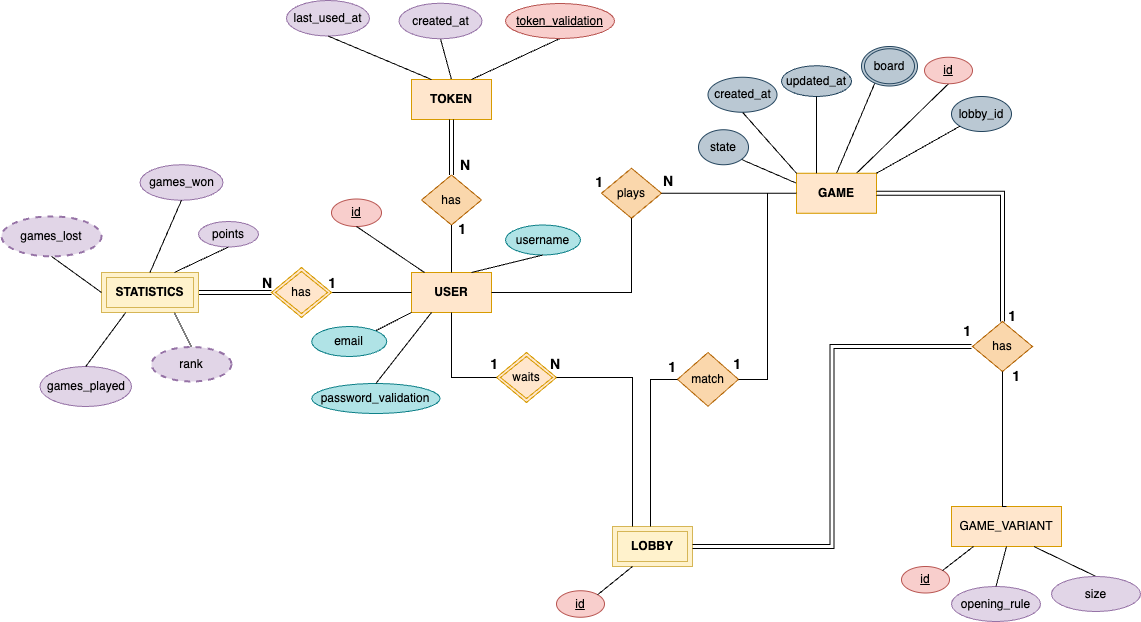
Earlier version of the draw.io export docs/diagrams/gomoku-er-diagram.png (astral-projects/gomoku-web). Source tidied: cells renumbered, new cells last; positions are measured from the earlier drawing's top-left corner, leaving out a move shared by most shapes.
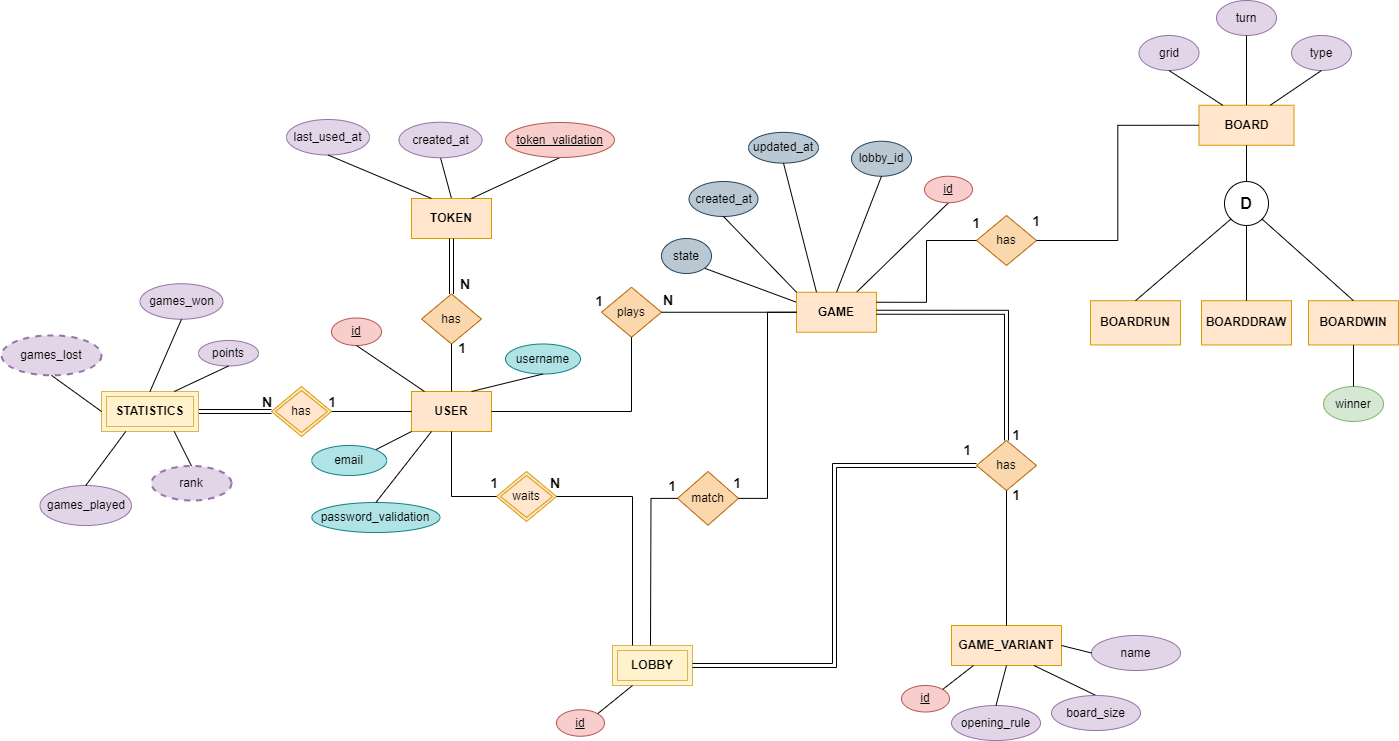
Later version of the same file.

Diff of the diagram source:
```diff
@@ -71,7 +71,7 @@
       <mxGeometry relative="1" as="geometry" />
     </mxCell>
     <mxCell id="24" value="state" style="ellipse;whiteSpace=wrap;html=1;align=center;fillColor=#bac8d3;strokeColor=#23445d;" parent="1" vertex="1">
-      <mxGeometry x="697" y="129.2" width="50" height="35" as="geometry" />
+      <mxGeometry x="660" y="119" width="50" height="35" as="geometry" />
     </mxCell>
     <mxCell id="25" value="games_lost" style="ellipse;whiteSpace=wrap;html=1;align=center;dashed=1;fillStyle=solid;strokeWidth=2;fillColor=#e1d5e7;strokeColor=#9673a6;" parent="1" vertex="1">
       <mxGeometry y="215.9" width="100" height="40" as="geometry" />
@@ -120,9 +120,6 @@
     <mxCell id="39" style="endArrow=none;html=1;rounded=0;exitX=0.25;exitY=1;exitDx=0;exitDy=0;entryX=0.5;entryY=0;entryDx=0;entryDy=0;" parent="1" edge="1" source="30" target="33">
       <mxGeometry relative="1" as="geometry" />
     </mxCell>
-    <mxCell id="40" style="endArrow=none;html=1;rounded=0;exitX=0.5;exitY=0;exitDx=0;exitDy=0;entryX=0.5;entryY=0;entryDx=0;entryDy=0;" parent="1" edge="1" source="48" target="58">
-      <mxGeometry relative="1" as="geometry" />
-    </mxCell>
     <mxCell id="41" style="edgeStyle=orthogonalEdgeStyle;rounded=0;orthogonalLoop=1;jettySize=auto;html=1;exitX=0.5;exitY=1;exitDx=0;exitDy=0;" parent="1" edge="1">
       <mxGeometry relative="1" as="geometry">
         <mxPoint x="940" y="96" as="sourcePoint" />
@@ -144,7 +141,7 @@
       </mxGeometry>
     </mxCell>
     <mxCell id="46" value="has" style="shape=rhombus;perimeter=rhombusPerimeter;whiteSpace=wrap;html=1;align=center;fillColor=#fad7ac;strokeColor=#b46504;" parent="1" vertex="1">
-      <mxGeometry x="971" y="321" width="60" height="50" as="geometry" />
+      <mxGeometry x="975" y="321" width="60" height="50" as="geometry" />
     </mxCell>
     <mxCell id="47" value="&lt;b&gt;LOBBY&lt;/b&gt;" style="shape=ext;margin=3;double=1;whiteSpace=wrap;html=1;align=center;fillColor=#fff2cc;strokeColor=#d6b656;" parent="1" vertex="1">
       <mxGeometry x="611" y="526" width="80" height="40" as="geometry" />
@@ -176,17 +173,11 @@
     <mxCell id="56" value="rank" style="ellipse;whiteSpace=wrap;html=1;align=center;dashed=1;fillStyle=solid;strokeWidth=2;fillColor=#e1d5e7;strokeColor=#9673a6;" parent="1" vertex="1">
       <mxGeometry x="150" y="346.5" width="80" height="34.5" as="geometry" />
     </mxCell>
-    <mxCell id="57" style="ellipse;whiteSpace=wrap;html=1;align=center;fillColor=#bac8d3;strokeColor=#23445d;" parent="1" vertex="1">
-      <mxGeometry x="860" y="46" width="56" height="39.5" as="geometry" />
-    </mxCell>
-    <mxCell id="58" value="board" style="ellipse;whiteSpace=wrap;html=1;align=center;fillColor=#bac8d3;strokeColor=#23445d;" parent="1" vertex="1">
-      <mxGeometry x="863" y="48.2" width="50" height="35" as="geometry" />
-    </mxCell>
     <mxCell id="59" value="created_at" style="ellipse;whiteSpace=wrap;html=1;align=center;fillColor=#bac8d3;strokeColor=#23445d;" parent="1" vertex="1">
-      <mxGeometry x="706.5" y="76.8" width="69" height="35" as="geometry" />
+      <mxGeometry x="687.5" y="62" width="69" height="35" as="geometry" />
     </mxCell>
     <mxCell id="60" value="updated_at" style="ellipse;whiteSpace=wrap;html=1;align=center;fillColor=#bac8d3;strokeColor=#23445d;" parent="1" vertex="1">
-      <mxGeometry x="780" y="65.2" width="70" height="30.8" as="geometry" />
+      <mxGeometry x="747" y="12.9" width="70" height="30.8" as="geometry" />
     </mxCell>
     <mxCell id="61" style="endArrow=none;html=1;rounded=0;exitX=0.25;exitY=0;exitDx=0;exitDy=0;entryX=0.5;entryY=1;entryDx=0;entryDy=0;" parent="1" edge="1" source="48" target="60">
       <mxGeometry relative="1" as="geometry" />
@@ -216,21 +207,17 @@
     <mxCell id="68" style="shape=link;html=1;rounded=0;exitX=0.5;exitY=0;exitDx=0;exitDy=0;entryX=1;entryY=0.5;entryDx=0;entryDy=0;edgeStyle=orthogonalEdgeStyle;" parent="1" edge="1" source="46" target="48">
       <mxGeometry relative="1" as="geometry" />
     </mxCell>
-    <mxCell id="69" value="GAME_VARIANT" style="whiteSpace=wrap;html=1;align=center;fillColor=#ffe6cc;strokeColor=#d79b00;" parent="1" vertex="1">
+    <mxCell id="69" value="&lt;b&gt;GAME_VARIANT&lt;/b&gt;" style="whiteSpace=wrap;html=1;align=center;fillColor=#ffe6cc;strokeColor=#d79b00;" parent="1" vertex="1">
       <mxGeometry x="950" y="506" width="110" height="40" as="geometry" />
     </mxCell>
     <mxCell id="70" style="endArrow=none;html=1;rounded=0;entryX=0.25;entryY=0;entryDx=0;entryDy=0;exitX=1;exitY=0.5;exitDx=0;exitDy=0;edgeStyle=orthogonalEdgeStyle;" parent="1" edge="1" source="43" target="47">
       <mxGeometry relative="1" as="geometry" />
     </mxCell>
-    <mxCell id="71" style="endArrow=none;html=1;rounded=0;entryX=0.5;entryY=1;entryDx=0;entryDy=0;exitX=0.5;exitY=0;exitDx=0;exitDy=0;edgeStyle=orthogonalEdgeStyle;" parent="1" edge="1" source="69" target="46">
-      <mxGeometry relative="1" as="geometry">
-        <Array as="points">
-          <mxPoint x="1001" y="506" />
-        </Array>
-      </mxGeometry>
+    <mxCell id="71" style="endArrow=none;html=1;rounded=0;entryX=0.5;entryY=1;entryDx=0;entryDy=0;exitX=0.5;exitY=0;exitDx=0;exitDy=0;" parent="1" edge="1" source="69" target="46">
+      <mxGeometry relative="1" as="geometry" />
     </mxCell>
     <mxCell id="72" value="&lt;span style=&quot;font-size: 14px;&quot;&gt;1&lt;/span&gt;" style="html=1;whiteSpace=wrap;align=right;verticalAlign=bottom;fontStyle=1;" parent="1" vertex="1">
-      <mxGeometry x="936" y="239.5" as="geometry">
+      <mxGeometry x="940" y="239.5" as="geometry">
         <mxPoint x="80" y="86" as="offset" />
       </mxGeometry>
     </mxCell>
@@ -246,16 +233,14 @@
     <mxCell id="76" style="endArrow=none;html=1;rounded=0;entryX=0.75;entryY=1;entryDx=0;entryDy=0;exitX=0.5;exitY=0;exitDx=0;exitDy=0;" parent="1" edge="1" source="77" target="69">
       <mxGeometry relative="1" as="geometry" />
     </mxCell>
-    <mxCell id="77" value="size" style="ellipse;whiteSpace=wrap;html=1;align=center;fillColor=#e1d5e7;strokeColor=#9673a6;" parent="1" vertex="1">
+    <mxCell id="77" value="board_size" style="ellipse;whiteSpace=wrap;html=1;align=center;fillColor=#e1d5e7;strokeColor=#9673a6;" parent="1" vertex="1">
       <mxGeometry x="1050" y="576" width="89" height="35" as="geometry" />
     </mxCell>
     <mxCell id="78" value="&lt;font style=&quot;font-size: 14px;&quot;&gt;1&lt;/font&gt;" style="html=1;whiteSpace=wrap;align=right;verticalAlign=bottom;fontStyle=1;" parent="1" vertex="1">
       <mxGeometry x="971" y="341" as="geometry" />
     </mxCell>
-    <mxCell id="79" style="shape=link;html=1;rounded=0;entryX=1;entryY=0.5;entryDx=0;entryDy=0;edgeStyle=orthogonalEdgeStyle;" parent="1" edge="1" target="47">
-      <mxGeometry relative="1" as="geometry">
-        <mxPoint x="970" y="346" as="sourcePoint" />
-      </mxGeometry>
+    <mxCell id="79" style="shape=link;html=1;rounded=0;entryX=1;entryY=0.5;entryDx=0;entryDy=0;edgeStyle=orthogonalEdgeStyle;exitX=0;exitY=0.5;exitDx=0;exitDy=0;" parent="1" edge="1" source="46" target="47">
+      <mxGeometry relative="1" as="geometry" />
     </mxCell>
     <mxCell id="80" value="id" style="ellipse;whiteSpace=wrap;html=1;align=center;fontStyle=4;fillColor=#f8cecc;strokeColor=#b85450;" parent="1" vertex="1">
       <mxGeometry x="900" y="566" width="48" height="26.5" as="geometry" />
@@ -270,10 +255,86 @@
       <mxGeometry relative="1" as="geometry" />
     </mxCell>
     <mxCell id="84" value="lobby_id" style="ellipse;whiteSpace=wrap;html=1;align=center;fillColor=#bac8d3;strokeColor=#23445d;" parent="1" vertex="1">
-      <mxGeometry x="950" y="96" width="60" height="35" as="geometry" />
+      <mxGeometry x="850" y="21.8" width="60" height="35" as="geometry" />
     </mxCell>
-    <mxCell id="85" style="endArrow=none;html=1;rounded=0;exitX=1;exitY=0;exitDx=0;exitDy=0;entryX=0;entryY=1;entryDx=0;entryDy=0;" parent="1" edge="1" source="48" target="84">
+    <mxCell id="85" style="endArrow=none;html=1;rounded=0;exitX=0.5;exitY=0;exitDx=0;exitDy=0;entryX=0.5;entryY=1;entryDx=0;entryDy=0;" parent="1" edge="1" source="48" target="84">
       <mxGeometry relative="1" as="geometry" />
     </mxCell>
+    <mxCell id="86" value="name" style="ellipse;whiteSpace=wrap;html=1;align=center;fillColor=#e1d5e7;strokeColor=#9673a6;" parent="1" vertex="1">
+      <mxGeometry x="1090" y="516" width="89" height="35" as="geometry" />
+    </mxCell>
+    <mxCell id="87" style="endArrow=none;html=1;rounded=0;entryX=1;entryY=0.5;entryDx=0;entryDy=0;exitX=0;exitY=0.5;exitDx=0;exitDy=0;" parent="1" edge="1" source="86" target="69">
+      <mxGeometry relative="1" as="geometry" />
+    </mxCell>
+    <mxCell id="88" value="&lt;b&gt;BOARD&lt;/b&gt;" style="whiteSpace=wrap;html=1;align=center;fillColor=#ffe6cc;strokeColor=#d79b00;" parent="1" vertex="1">
+      <mxGeometry x="1197.5" y="-14.2" width="95" height="40" as="geometry" />
+    </mxCell>
+    <mxCell id="89" value="has" style="shape=rhombus;perimeter=rhombusPerimeter;whiteSpace=wrap;html=1;align=center;fillColor=#fad7ac;strokeColor=#b46504;" parent="1" vertex="1">
+      <mxGeometry x="975" y="96" width="60" height="50" as="geometry" />
+    </mxCell>
+    <mxCell id="90" value="&lt;b&gt;BOARDDRAW&lt;/b&gt;" style="whiteSpace=wrap;html=1;align=center;fillColor=#ffe6cc;strokeColor=#d79b00;" parent="1" vertex="1">
+      <mxGeometry x="1200" y="181.2" width="90" height="44.2" as="geometry" />
+    </mxCell>
+    <mxCell id="91" value="&lt;b&gt;BOARDWIN&lt;/b&gt;" style="whiteSpace=wrap;html=1;align=center;fillColor=#ffe6cc;strokeColor=#d79b00;" parent="1" vertex="1">
+      <mxGeometry x="1307" y="181.2" width="90" height="44.2" as="geometry" />
+    </mxCell>
+    <mxCell id="92" value="&lt;b&gt;BOARDRUN&lt;/b&gt;" style="whiteSpace=wrap;html=1;align=center;fillColor=#ffe6cc;strokeColor=#d79b00;" parent="1" vertex="1">
+      <mxGeometry x="1089" y="181.2" width="90" height="44.2" as="geometry" />
+    </mxCell>
+    <mxCell id="93" value="&lt;b&gt;&lt;font style=&quot;font-size: 16px;&quot;&gt;D&lt;/font&gt;&lt;/b&gt;" style="ellipse;whiteSpace=wrap;html=1;" parent="1" vertex="1">
+      <mxGeometry x="1223" y="62" width="44" height="44" as="geometry" />
+    </mxCell>
+    <mxCell id="94" value="&lt;span style=&quot;font-size: 14px;&quot;&gt;1&lt;/span&gt;" style="html=1;whiteSpace=wrap;align=right;verticalAlign=bottom;fontStyle=1;" parent="1" vertex="1">
+      <mxGeometry x="960" y="25.7" as="geometry">
+        <mxPoint x="80" y="86" as="offset" />
+      </mxGeometry>
+    </mxCell>
+    <mxCell id="95" value="&lt;span style=&quot;font-size: 14px;&quot;&gt;1&lt;/span&gt;" style="html=1;whiteSpace=wrap;align=right;verticalAlign=bottom;fontStyle=1;" parent="1" vertex="1">
+      <mxGeometry x="900" y="28.3" as="geometry">
+        <mxPoint x="80" y="86" as="offset" />
+      </mxGeometry>
+    </mxCell>
+    <mxCell id="96" style="endArrow=none;html=1;rounded=0;entryX=1;entryY=0.5;entryDx=0;entryDy=0;exitX=0;exitY=0.5;exitDx=0;exitDy=0;edgeStyle=orthogonalEdgeStyle;" parent="1" edge="1" source="88" target="89">
+      <mxGeometry relative="1" as="geometry" />
+    </mxCell>
+    <mxCell id="97" style="endArrow=none;html=1;rounded=0;entryX=0;entryY=0.5;entryDx=0;entryDy=0;exitX=1;exitY=0.25;exitDx=0;exitDy=0;edgeStyle=orthogonalEdgeStyle;" parent="1" edge="1" source="48" target="89">
+      <mxGeometry relative="1" as="geometry" />
+    </mxCell>
+    <mxCell id="98" style="endArrow=none;html=1;rounded=0;entryX=0.5;entryY=0;entryDx=0;entryDy=0;exitX=0;exitY=1;exitDx=0;exitDy=0;" parent="1" edge="1" source="93" target="92">
+      <mxGeometry relative="1" as="geometry" />
+    </mxCell>
+    <mxCell id="99" style="endArrow=none;html=1;rounded=0;entryX=0.5;entryY=0;entryDx=0;entryDy=0;exitX=0.5;exitY=1;exitDx=0;exitDy=0;" parent="1" edge="1" source="93" target="90">
+      <mxGeometry relative="1" as="geometry" />
+    </mxCell>
+    <mxCell id="100" style="endArrow=none;html=1;rounded=0;entryX=0.5;entryY=0;entryDx=0;entryDy=0;exitX=1;exitY=1;exitDx=0;exitDy=0;" parent="1" edge="1" source="93" target="91">
+      <mxGeometry relative="1" as="geometry" />
+    </mxCell>
+    <mxCell id="101" style="endArrow=none;html=1;rounded=0;entryX=0.5;entryY=0;entryDx=0;entryDy=0;exitX=0.5;exitY=1;exitDx=0;exitDy=0;" parent="1" edge="1" source="88" target="93">
+      <mxGeometry relative="1" as="geometry" />
+    </mxCell>
+    <mxCell id="102" value="grid" style="ellipse;whiteSpace=wrap;html=1;align=center;fillColor=#e1d5e7;strokeColor=#9673a6;" parent="1" vertex="1">
+      <mxGeometry x="1137.5" y="-84" width="60" height="35" as="geometry" />
+    </mxCell>
+    <mxCell id="103" style="endArrow=none;html=1;rounded=0;entryX=0.25;entryY=0;entryDx=0;entryDy=0;exitX=0.5;exitY=1;exitDx=0;exitDy=0;" parent="1" edge="1" source="102" target="88">
+      <mxGeometry relative="1" as="geometry" />
+    </mxCell>
+    <mxCell id="104" value="winner" style="ellipse;whiteSpace=wrap;html=1;align=center;fillColor=#d5e8d4;strokeColor=#82b366;" parent="1" vertex="1">
+      <mxGeometry x="1322" y="267" width="60" height="35" as="geometry" />
+    </mxCell>
+    <mxCell id="105" style="endArrow=none;html=1;rounded=0;entryX=0.5;entryY=1;entryDx=0;entryDy=0;exitX=0.5;exitY=0;exitDx=0;exitDy=0;" parent="1" edge="1" source="104" target="91">
+      <mxGeometry relative="1" as="geometry" />
+    </mxCell>
+    <mxCell id="106" value="turn" style="ellipse;whiteSpace=wrap;html=1;align=center;fillColor=#e1d5e7;strokeColor=#9673a6;" parent="1" vertex="1">
+      <mxGeometry x="1215" y="-119" width="60" height="35" as="geometry" />
+    </mxCell>
+    <mxCell id="107" style="endArrow=none;html=1;rounded=0;entryX=0.5;entryY=0;entryDx=0;entryDy=0;" parent="1" edge="1" source="106" target="88">
+      <mxGeometry relative="1" as="geometry" />
+    </mxCell>
+    <mxCell id="108" value="type" style="ellipse;whiteSpace=wrap;html=1;align=center;fillColor=#e1d5e7;strokeColor=#9673a6;" parent="1" vertex="1">
+      <mxGeometry x="1290" y="-84" width="60" height="35" as="geometry" />
+    </mxCell>
+    <mxCell id="109" style="endArrow=none;html=1;rounded=0;entryX=0.75;entryY=0;entryDx=0;entryDy=0;exitX=0.5;exitY=1;exitDx=0;exitDy=0;" parent="1" edge="1" source="108" target="88">
+      <mxGeometry relative="1" as="geometry" />
+    </mxCell>
   </root>
 </mxGraphModel>
```
